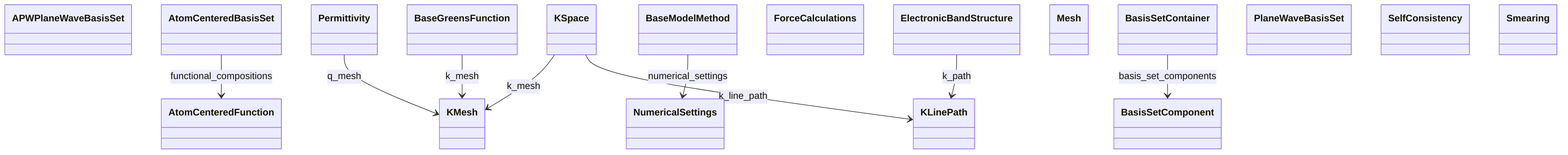
This is docs/assets/diagrams/numerical_settings_0.png from FAIRmat-NFDI/nomad-simulations, a Mermaid export, as it was before one commit. Its source is kept beside it as docs/assets/diagrams/numerical_settings_0.png.mmd. Source of this version:
```mermaid
classDiagram
    class APWPlaneWaveBasisSet
    class AtomCenteredBasisSet
    class AtomCenteredFunction
    class BaseGreensFunction
    class BaseModelMethod
    class BasisSetComponent
    class BasisSetContainer
    class ElectronicBandStructure
    class ForceCalculations
    class KLinePath
    class KMesh
    class KSpace
    class Mesh
    class NumericalSettings
    class Permittivity
    class PlaneWaveBasisSet
    class SelfConsistency
    class Smearing
    AtomCenteredBasisSet --> AtomCenteredFunction : functional_compositions
    BaseGreensFunction --> KMesh : k_mesh
    BaseModelMethod --> NumericalSettings : numerical_settings
    BasisSetContainer --> BasisSetComponent : basis_set_components
    ElectronicBandStructure --> KLinePath : k_path
    KSpace --> KLinePath : k_line_path
    KSpace --> KMesh : k_mesh
    Permittivity --> KMesh : q_mesh
```
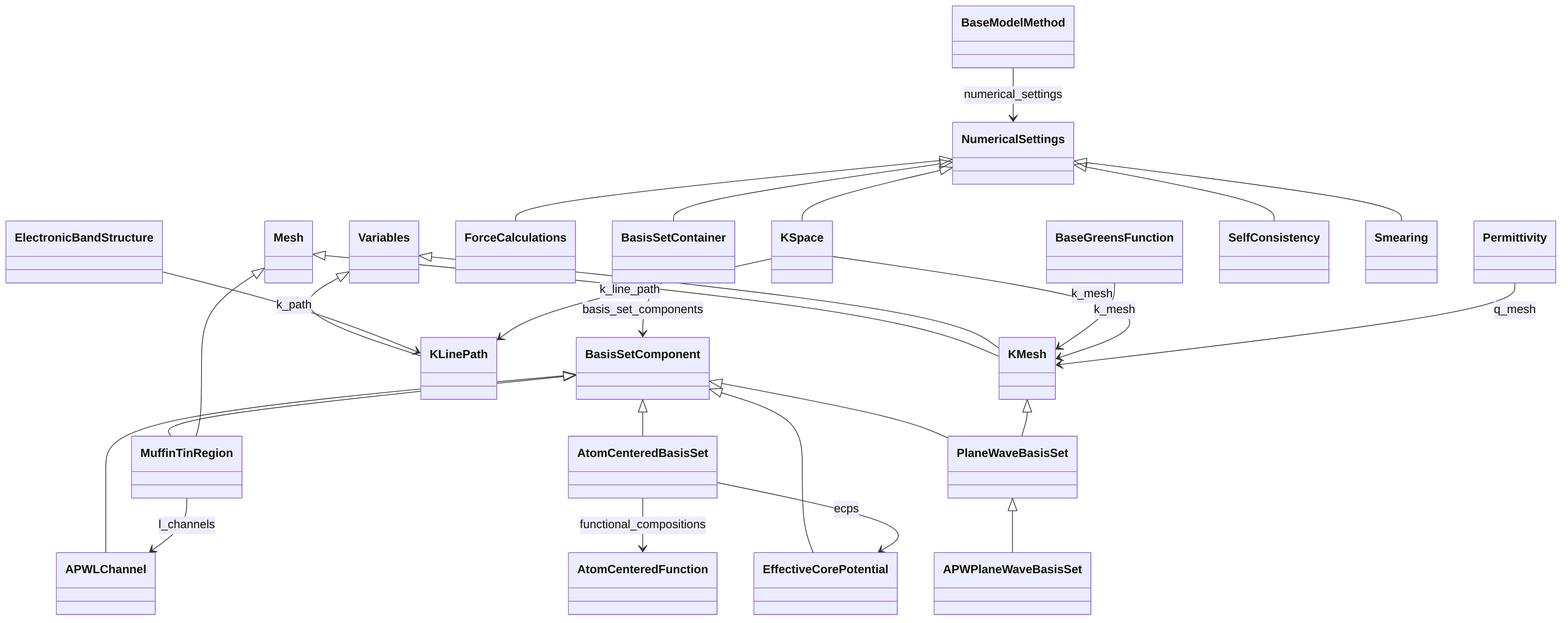
Above is the later version.

What changed in the source:
```diff
@@ -1,4 +1,5 @@
 classDiagram
+    class APWLChannel
     class APWPlaneWaveBasisSet
     class AtomCenteredBasisSet
     class AtomCenteredFunction
@@ -6,22 +7,43 @@
     class BaseModelMethod
     class BasisSetComponent
     class BasisSetContainer
+    class EffectiveCorePotential
     class ElectronicBandStructure
     class ForceCalculations
     class KLinePath
     class KMesh
     class KSpace
     class Mesh
+    class MuffinTinRegion
     class NumericalSettings
     class Permittivity
     class PlaneWaveBasisSet
     class SelfConsistency
     class Smearing
+    class Variables
+    BasisSetComponent <|-- APWLChannel
+    PlaneWaveBasisSet <|-- APWPlaneWaveBasisSet
+    BasisSetComponent <|-- AtomCenteredBasisSet
+    NumericalSettings <|-- BasisSetContainer
+    BasisSetComponent <|-- EffectiveCorePotential
+    NumericalSettings <|-- ForceCalculations
+    Variables <|-- KLinePath
+    Mesh <|-- KMesh
+    Variables <|-- KMesh
+    NumericalSettings <|-- KSpace
+    BasisSetComponent <|-- MuffinTinRegion
+    Mesh <|-- MuffinTinRegion
+    BasisSetComponent <|-- PlaneWaveBasisSet
+    KMesh <|-- PlaneWaveBasisSet
+    NumericalSettings <|-- SelfConsistency
+    NumericalSettings <|-- Smearing
     AtomCenteredBasisSet --> AtomCenteredFunction : functional_compositions
+    AtomCenteredBasisSet --> EffectiveCorePotential : ecps
     BaseGreensFunction --> KMesh : k_mesh
     BaseModelMethod --> NumericalSettings : numerical_settings
     BasisSetContainer --> BasisSetComponent : basis_set_components
     ElectronicBandStructure --> KLinePath : k_path
     KSpace --> KLinePath : k_line_path
     KSpace --> KMesh : k_mesh
+    MuffinTinRegion --> APWLChannel : l_channels
     Permittivity --> KMesh : q_mesh
```
